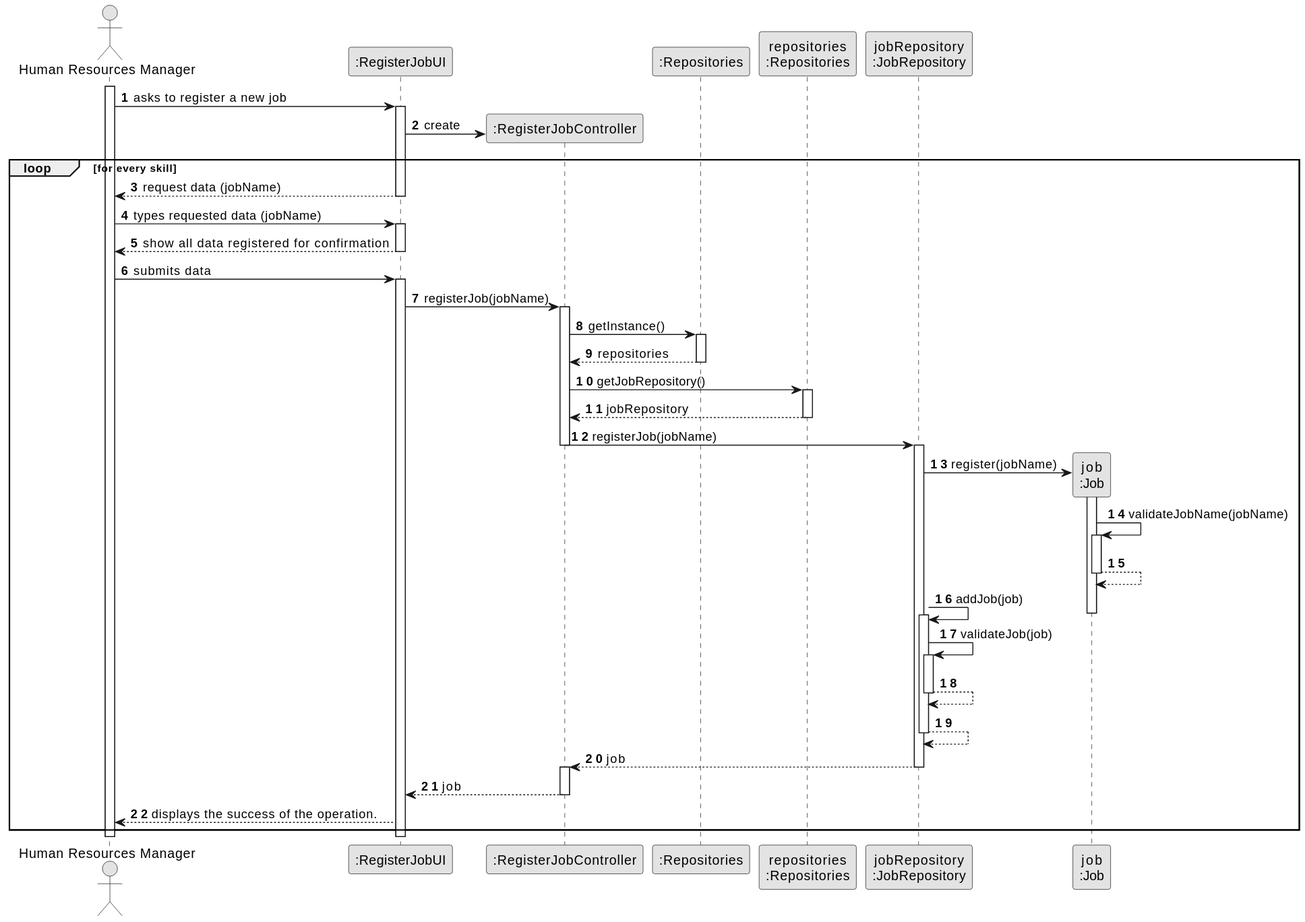
Above: docs/sprintB/us002/03.design/svg/us002-sequence-diagram-full.svg in SAEmanuel/Green_Spaces_Management_ISEP (PlantUML), before the change.
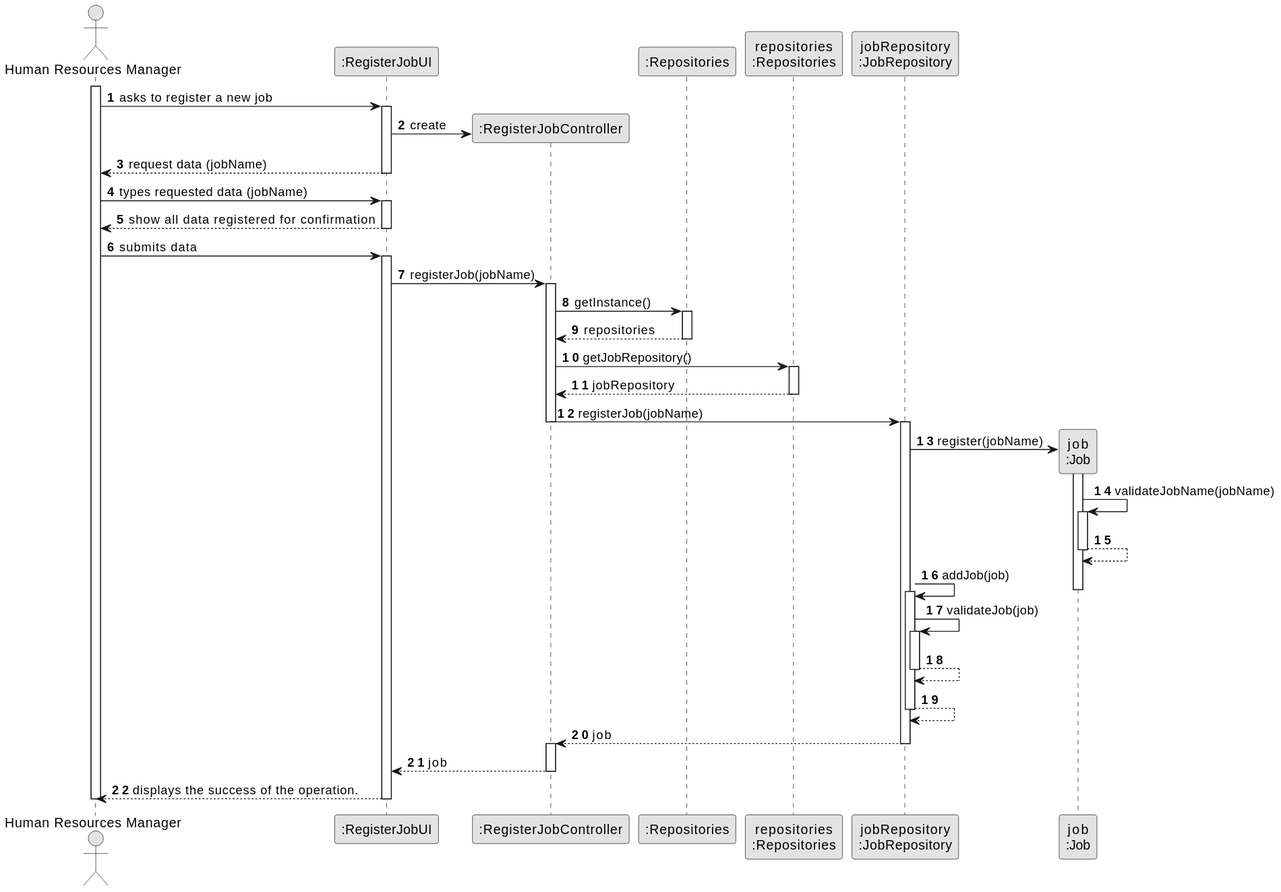
The same diagram one commit later.

The edit, as a diff of the source:
```diff
@@ -23,7 +23,7 @@
         UI -> CTRL** : create
 
 
-loop for every skill
+
             UI --> HRM : request data (jobName)
         deactivate UI
 
@@ -86,7 +86,7 @@
                 CTRL --> UI: job
                 deactivate CTRL
                 UI --> HRM: displays the success of the operation.
-end
+
         deactivate UI
     deactivate HRM
 @enduml
```
